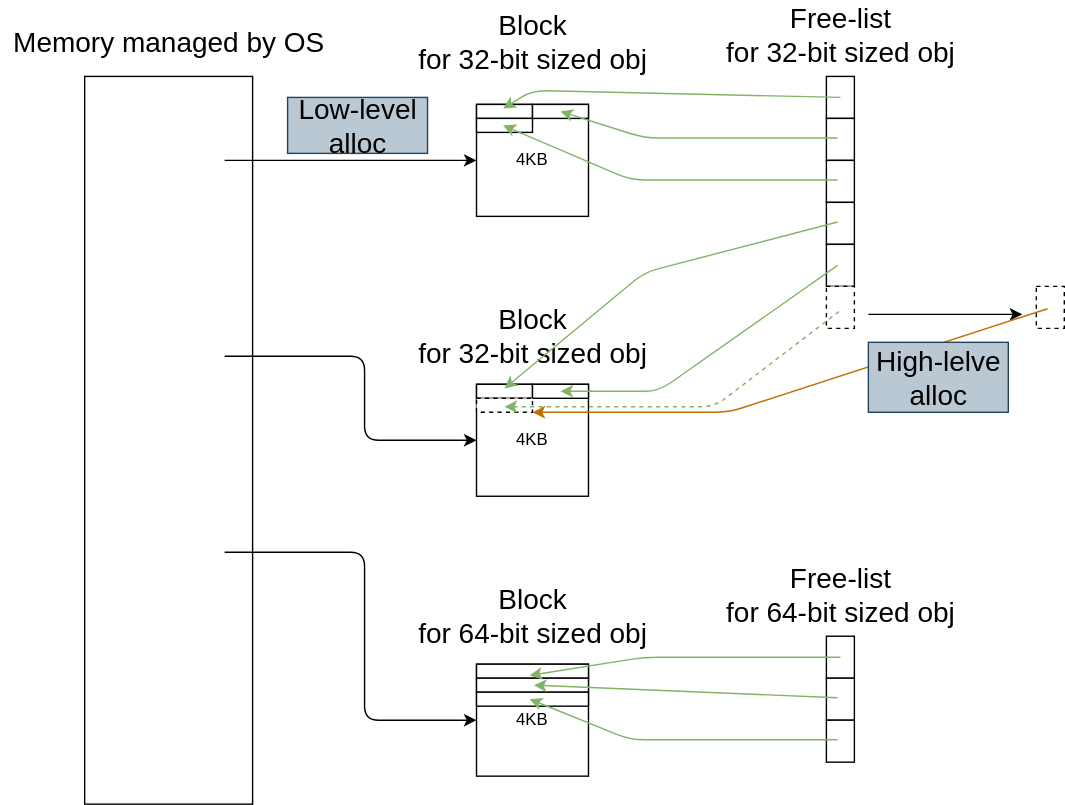
Before: docs/content/gc4/img/bdw-sweep-alloc.dio.svg, a diagram exported from draw.io (sinotca529/glab-seminar). Source tidied: cells renumbered, new cells last; positions are measured from the earlier drawing's top-left corner, leaving out a move shared by most shapes.
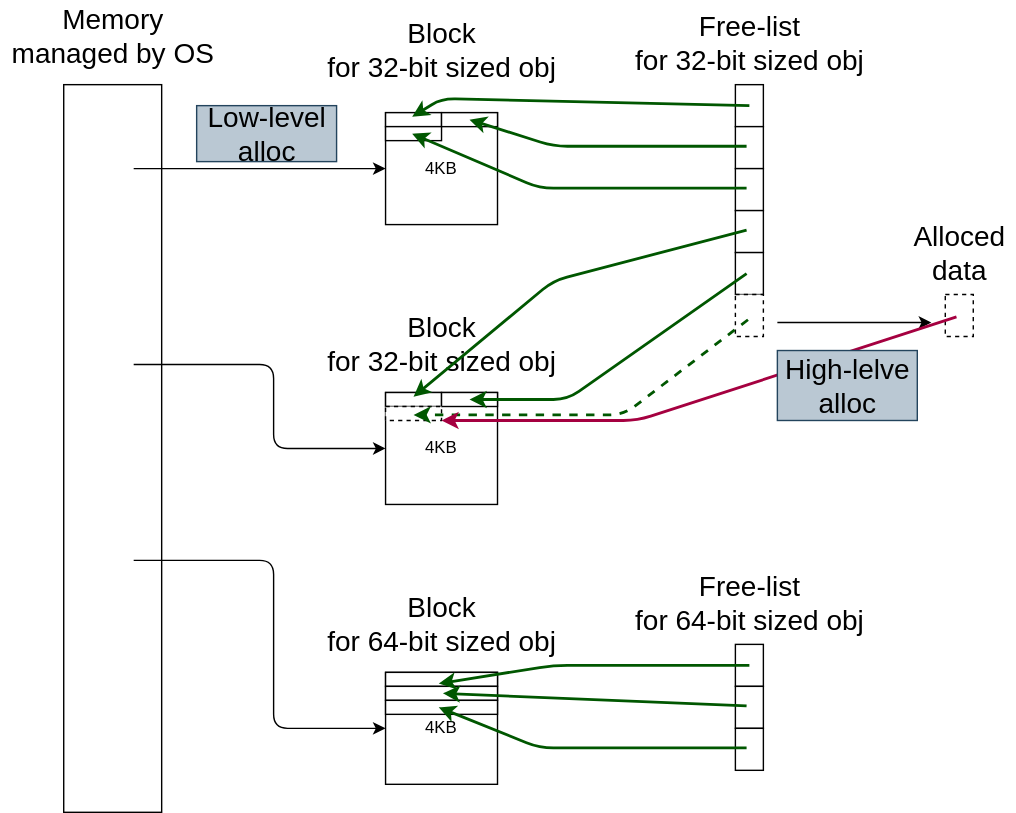
After the commit.

Change to the diagram source:
```diff
@@ -3,7 +3,7 @@
     <mxCell id="0" />
     <mxCell id="1" parent="0" />
     <mxCell id="2" style="rounded=0;whiteSpace=wrap;html=1;" parent="1" vertex="1">
-      <mxGeometry x="60" y="50" width="120" height="520" as="geometry" />
+      <mxGeometry x="110" y="50" width="70" height="520" as="geometry" />
     </mxCell>
     <mxCell id="3" style="edgeStyle=none;html=1;exitX=1;exitY=0.5;exitDx=0;exitDy=0;entryX=0;entryY=0.5;entryDx=0;entryDy=0;" parent="1" edge="1" target="4">
       <mxGeometry relative="1" as="geometry">
@@ -16,8 +16,8 @@
     <mxCell id="5" value="&lt;font style=&quot;font-size: 20px&quot;&gt;Low-level&lt;br&gt;alloc&lt;/font&gt;" style="text;html=1;align=center;verticalAlign=middle;strokeColor=#23445d;fillColor=#bac8d3;" parent="1" vertex="1">
       <mxGeometry x="205" y="65" width="100" height="40" as="geometry" />
     </mxCell>
-    <mxCell id="6" value="Memory managed by OS" style="text;html=1;align=center;verticalAlign=middle;strokeColor=none;fillColor=none;fontSize=20;" parent="1" vertex="1">
-      <mxGeometry y="10" width="240" height="30" as="geometry" />
+    <mxCell id="6" value="Memory&lt;br&gt;managed by OS" style="text;html=1;align=center;verticalAlign=middle;strokeColor=none;fillColor=none;fontSize=20;" parent="1" vertex="1">
+      <mxGeometry x="65" y="-10" width="160" height="50" as="geometry" />
     </mxCell>
     <mxCell id="7" value="Block&lt;br&gt;for 32-bit sized obj" style="text;html=1;align=center;verticalAlign=middle;strokeColor=none;fillColor=none;fontSize=20;" parent="1" vertex="1">
       <mxGeometry x="290" width="180" height="50" as="geometry" />
@@ -88,7 +88,7 @@
     <mxCell id="25" style="rounded=0;whiteSpace=wrap;html=1;fontSize=20;dashed=1;" parent="1" vertex="1">
       <mxGeometry x="340" y="280" width="40" height="10" as="geometry" />
     </mxCell>
-    <mxCell id="26" style="endArrow=classic;html=1;strokeWidth=1;fillColor=#d5e8d4;strokeColor=#82b366;" parent="1" edge="1">
+    <mxCell id="26" style="endArrow=classic;html=1;strokeWidth=2;fillColor=#008a00;strokeColor=#005700;" parent="1" edge="1">
       <mxGeometry relative="1" as="geometry">
         <mxPoint x="600" y="65" as="sourcePoint" />
         <mxPoint x="359" y="73" as="targetPoint" />
@@ -97,7 +97,7 @@
         </Array>
       </mxGeometry>
     </mxCell>
-    <mxCell id="27" style="endArrow=classic;html=1;strokeWidth=1;fillColor=#d5e8d4;strokeColor=#82b366;" parent="1" edge="1">
+    <mxCell id="27" style="endArrow=classic;html=1;strokeWidth=2;fillColor=#008a00;strokeColor=#005700;" parent="1" edge="1">
       <mxGeometry relative="1" as="geometry">
         <mxPoint x="598" y="94" as="sourcePoint" />
         <mxPoint x="400" y="75" as="targetPoint" />
@@ -106,7 +106,7 @@
         </Array>
       </mxGeometry>
     </mxCell>
-    <mxCell id="28" style="endArrow=classic;html=1;strokeWidth=1;fillColor=#d5e8d4;strokeColor=#82b366;" parent="1" edge="1">
+    <mxCell id="28" style="endArrow=classic;html=1;strokeWidth=2;fillColor=#008a00;strokeColor=#005700;" parent="1" edge="1">
       <mxGeometry relative="1" as="geometry">
         <mxPoint x="598" y="124" as="sourcePoint" />
         <mxPoint x="359" y="85" as="targetPoint" />
@@ -115,7 +115,7 @@
         </Array>
       </mxGeometry>
     </mxCell>
-    <mxCell id="29" style="endArrow=classic;html=1;strokeWidth=1;fillColor=#d5e8d4;strokeColor=#82b366;" parent="1" edge="1">
+    <mxCell id="29" style="endArrow=classic;html=1;strokeWidth=2;fillColor=#008a00;strokeColor=#005700;" parent="1" edge="1">
       <mxGeometry relative="1" as="geometry">
         <mxPoint x="598" y="154" as="sourcePoint" />
         <mxPoint x="360" y="273" as="targetPoint" />
@@ -124,7 +124,7 @@
         </Array>
       </mxGeometry>
     </mxCell>
-    <mxCell id="30" style="endArrow=classic;html=1;strokeWidth=1;fillColor=#d5e8d4;strokeColor=#82b366;" parent="1" edge="1">
+    <mxCell id="30" style="endArrow=classic;html=1;strokeWidth=2;fillColor=#008a00;strokeColor=#005700;" parent="1" edge="1">
       <mxGeometry relative="1" as="geometry">
         <mxPoint x="598" y="185" as="sourcePoint" />
         <mxPoint x="400" y="275" as="targetPoint" />
@@ -133,7 +133,7 @@
         </Array>
       </mxGeometry>
     </mxCell>
-    <mxCell id="31" style="endArrow=classic;html=1;strokeWidth=1;fillColor=#d5e8d4;strokeColor=#82b366;dashed=1;" parent="1" edge="1">
+    <mxCell id="31" style="endArrow=classic;html=1;strokeWidth=2;fillColor=#008a00;strokeColor=#005700;dashed=1;" parent="1" edge="1">
       <mxGeometry relative="1" as="geometry">
         <mxPoint x="599" y="218" as="sourcePoint" />
         <mxPoint x="360" y="286" as="targetPoint" />
@@ -163,7 +163,7 @@
     <mxCell id="38" style="rounded=0;whiteSpace=wrap;html=1;" parent="1" vertex="1">
       <mxGeometry x="590" y="510" width="20" height="30" as="geometry" />
     </mxCell>
-    <mxCell id="39" style="endArrow=classic;html=1;strokeWidth=1;fillColor=#d5e8d4;strokeColor=#82b366;" parent="1" edge="1">
+    <mxCell id="39" style="endArrow=classic;html=1;strokeWidth=2;fillColor=#008a00;strokeColor=#005700;" parent="1" edge="1">
       <mxGeometry relative="1" as="geometry">
         <mxPoint x="600" y="465" as="sourcePoint" />
         <mxPoint x="378" y="478" as="targetPoint" />
@@ -172,13 +172,13 @@
         </Array>
       </mxGeometry>
     </mxCell>
-    <mxCell id="40" style="endArrow=classic;html=1;strokeWidth=1;fillColor=#d5e8d4;strokeColor=#82b366;" parent="1" edge="1">
+    <mxCell id="40" style="endArrow=classic;html=1;strokeWidth=2;fillColor=#008a00;strokeColor=#005700;" parent="1" edge="1">
       <mxGeometry relative="1" as="geometry">
         <mxPoint x="598" y="494" as="sourcePoint" />
         <mxPoint x="381" y="485" as="targetPoint" />
       </mxGeometry>
     </mxCell>
-    <mxCell id="41" style="endArrow=classic;html=1;strokeWidth=1;fillColor=#d5e8d4;strokeColor=#82b366;" parent="1" edge="1">
+    <mxCell id="41" style="endArrow=classic;html=1;strokeWidth=2;fillColor=#008a00;strokeColor=#005700;" parent="1" edge="1">
       <mxGeometry relative="1" as="geometry">
         <mxPoint x="598" y="524" as="sourcePoint" />
         <mxPoint x="378" y="495" as="targetPoint" />
@@ -199,7 +199,7 @@
         <mxPoint x="730" y="220" as="targetPoint" />
       </mxGeometry>
     </mxCell>
-    <mxCell id="45" style="endArrow=classic;html=1;strokeWidth=1;fillColor=#f0a30a;strokeColor=#BD7000;entryX=1;entryY=1;entryDx=0;entryDy=0;" parent="1" edge="1" target="25">
+    <mxCell id="45" style="endArrow=classic;html=1;strokeWidth=2;fillColor=#d80073;strokeColor=#A50040;entryX=1;entryY=1;entryDx=0;entryDy=0;" parent="1" edge="1" target="25">
       <mxGeometry relative="1" as="geometry">
         <mxPoint x="748" y="216" as="sourcePoint" />
         <Array as="points">
@@ -210,5 +210,8 @@
     <mxCell id="46" value="High-lelve&lt;br&gt;alloc" style="text;html=1;align=center;verticalAlign=middle;strokeColor=#23445d;fillColor=#bac8d3;fontSize=20;" parent="1" vertex="1">
       <mxGeometry x="620" y="240" width="100" height="50" as="geometry" />
     </mxCell>
+    <mxCell id="47" value="&lt;font style=&quot;font-size: 20px&quot;&gt;Alloced&lt;br&gt;data&lt;/font&gt;" style="text;html=1;align=center;verticalAlign=middle;strokeColor=none;fillColor=none;" parent="1" vertex="1">
+      <mxGeometry x="710" y="150" width="80" height="40" as="geometry" />
+    </mxCell>
   </root>
 </mxGraphModel>
```
